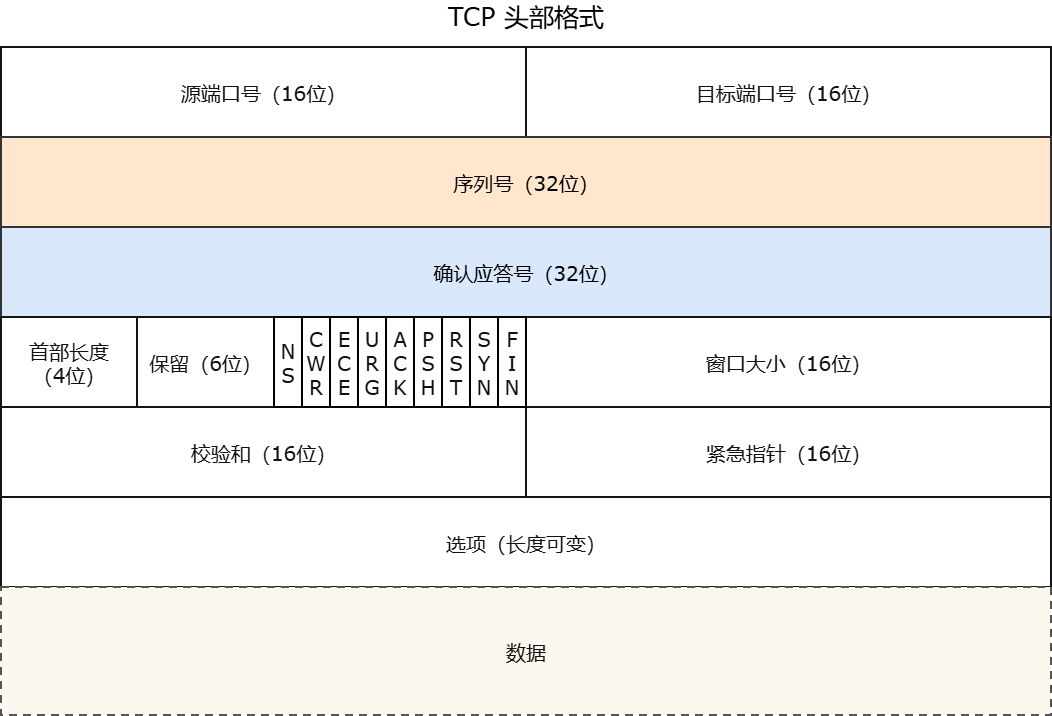
This is network/TCP 头部格式.drawio.png from oHo404/imgrepo, a draw.io export, as it was before one commit. Source tidied: cells renumbered, new cells last; positions are measured from the earlier drawing's top-left corner, leaving out a move shared by most shapes.
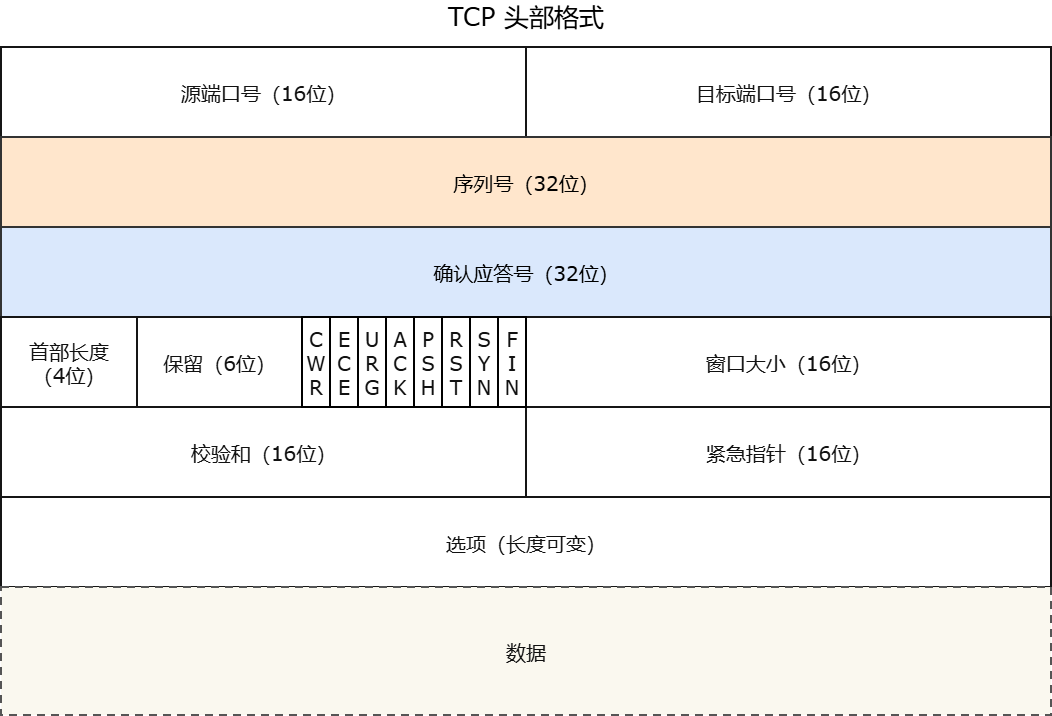
Above is the later version.

Commit message:
更新TCP 头部格式.drawio.png

Diff of the diagram source:
```diff
@@ -18,7 +18,7 @@
       <mxGeometry y="317" width="136" height="90" as="geometry" />
     </mxCell>
     <mxCell id="7" value="保留（6位）" style="rounded=0;whiteSpace=wrap;html=0;align=center;verticalAlign=middle;fontFamily=Verdana;fontSize=20;fontStyle=0;fontColor=#111111;strokeColor=#151515;strokeWidth=2;fillColor=#FFFFFF;spacing=0;" parent="1" vertex="1">
-      <mxGeometry x="136" y="317" width="137" height="90" as="geometry" />
+      <mxGeometry x="136" y="317" width="165" height="90" as="geometry" />
     </mxCell>
     <mxCell id="8" value="窗口大小（16位）" style="rounded=0;whiteSpace=wrap;html=0;align=center;verticalAlign=middle;fontFamily=Verdana;fontSize=20;fontStyle=0;fontColor=#111111;strokeColor=#151515;strokeWidth=2;fillColor=#FFFFFF;spacing=0;" parent="1" vertex="1">
       <mxGeometry x="525" y="317" width="525" height="90" as="geometry" />
@@ -59,9 +59,6 @@
     <mxCell id="20" value="&lt;font color=&quot;#111111&quot; face=&quot;Verdana&quot;&gt;&lt;span style=&quot;font-size: 20px;&quot;&gt;C&lt;/span&gt;&lt;/font&gt;&lt;div&gt;&lt;font color=&quot;#111111&quot; face=&quot;Verdana&quot;&gt;&lt;span style=&quot;font-size: 20px;&quot;&gt;W&lt;/span&gt;&lt;/font&gt;&lt;/div&gt;&lt;div&gt;&lt;font color=&quot;#111111&quot; face=&quot;Verdana&quot;&gt;&lt;span style=&quot;font-size: 20px;&quot;&gt;R&lt;/span&gt;&lt;/font&gt;&lt;/div&gt;" style="rounded=0;whiteSpace=wrap;html=1;strokeWidth=2;" parent="1" vertex="1">
       <mxGeometry x="301" y="317" width="28" height="90" as="geometry" />
     </mxCell>
-    <mxCell id="21" value="&lt;font color=&quot;#111111&quot; face=&quot;Verdana&quot;&gt;&lt;span style=&quot;font-size: 20px;&quot;&gt;N&lt;/span&gt;&lt;/font&gt;&lt;div&gt;&lt;font color=&quot;#111111&quot; face=&quot;Verdana&quot;&gt;&lt;span style=&quot;font-size: 20px;&quot;&gt;S&lt;/span&gt;&lt;/font&gt;&lt;/div&gt;" style="rounded=0;whiteSpace=wrap;html=1;strokeWidth=2;" parent="1" vertex="1">
-      <mxGeometry x="273" y="317" width="28" height="90" as="geometry" />
-    </mxCell>
     <mxCell id="22" value="&lt;font face=&quot;Verdana&quot; style=&quot;font-size: 25px;&quot;&gt;TCP 头部格式&lt;/font&gt;" style="text;html=1;whiteSpace=wrap;strokeColor=none;fillColor=none;align=center;verticalAlign=middle;rounded=0;" parent="1" vertex="1">
       <mxGeometry x="393.2" width="263.5" height="30" as="geometry" />
     </mxCell>
```
